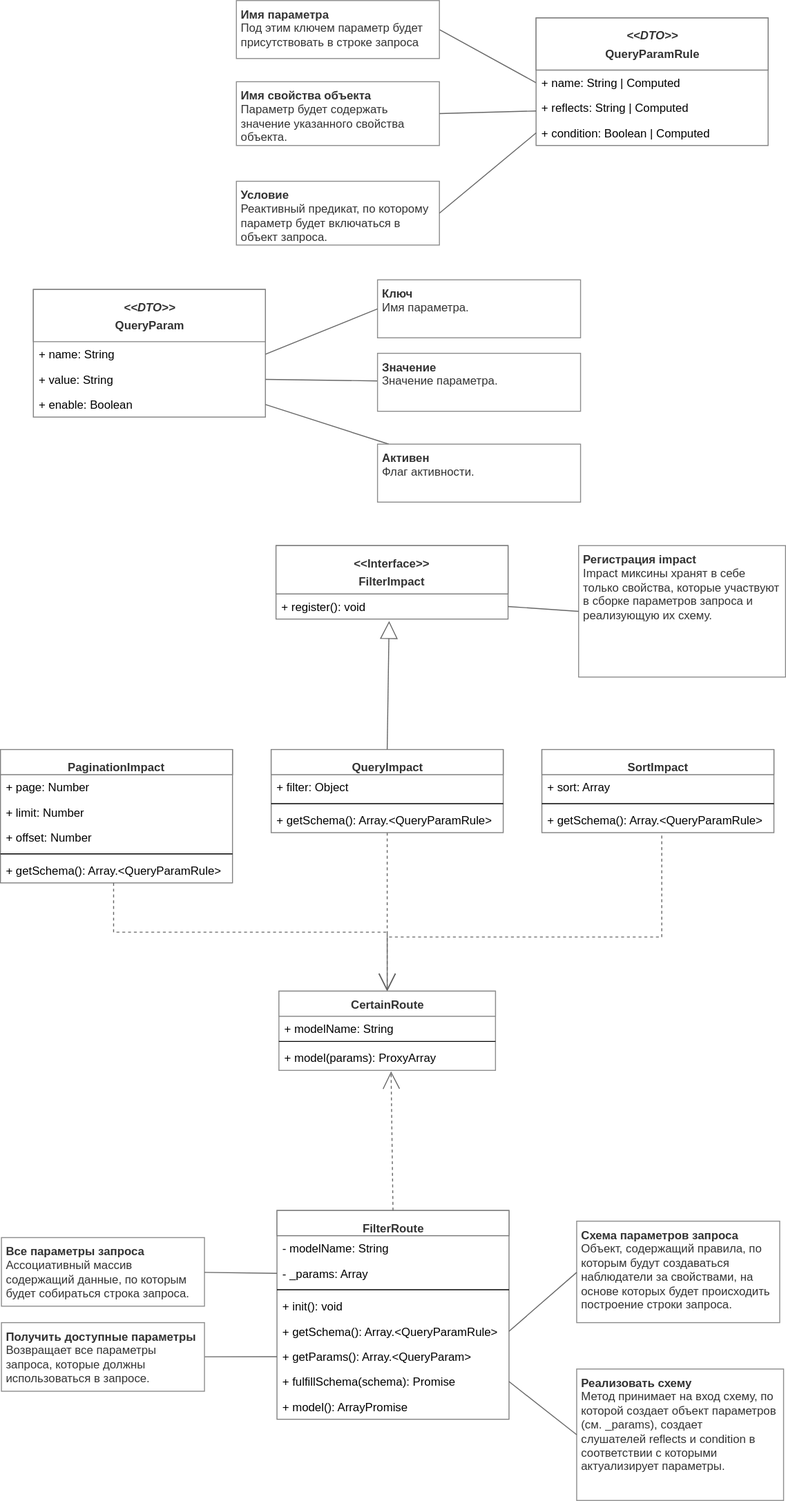
Before: filters.svg, a diagram exported from draw.io (ajile/draw-io). Source tidied: cells renumbered, new cells last; positions are measured from the earlier drawing's top-left corner, leaving out a move shared by most shapes.
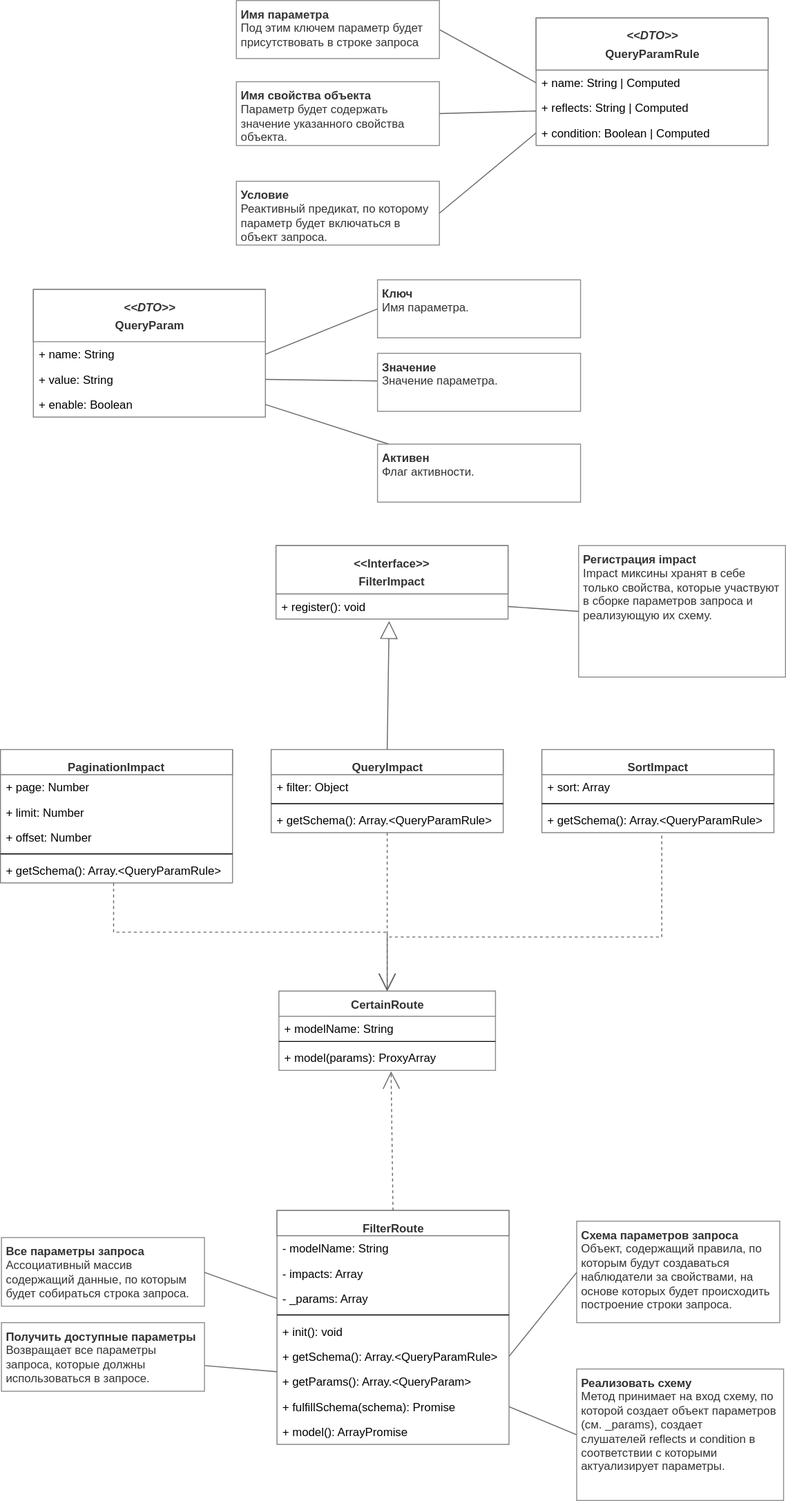
The same file after the commit.

Change to the diagram source:
```diff
@@ -3,31 +3,34 @@
     <mxCell id="0" />
     <mxCell id="1" parent="0" />
     <mxCell id="2" value="&lt;font style=&quot;font-size: 12px&quot; color=&quot;#333333&quot;&gt;FilterRoute&lt;/font&gt;" style="swimlane;fontStyle=1;align=center;verticalAlign=top;horizontal=1;startSize=26;swimlaneFillColor=#ffffff;strokeColor=#808080;fontSize=16;fontColor=#808080;html=1;" parent="1" vertex="1">
-      <mxGeometry x="286" y="1252" width="240" height="216" as="geometry" />
+      <mxGeometry x="286" y="1252" width="240" height="242" as="geometry" />
     </mxCell>
     <mxCell id="3" value="- modelName: String" style="text;strokeColor=none;fillColor=none;align=left;verticalAlign=top;spacingLeft=4;spacingRight=4;overflow=hidden;" parent="2" vertex="1">
       <mxGeometry y="26" width="240" height="26" as="geometry" />
     </mxCell>
+    <mxCell id="66" value="- impacts: Array" style="text;strokeColor=none;fillColor=none;align=left;verticalAlign=top;spacingLeft=4;spacingRight=4;overflow=hidden;" parent="2" vertex="1">
+      <mxGeometry y="52" width="240" height="26" as="geometry" />
+    </mxCell>
     <mxCell id="4" value="- _params: Array" style="text;strokeColor=none;fillColor=none;align=left;verticalAlign=top;spacingLeft=4;spacingRight=4;overflow=hidden;points=[[0,0.5],[1,0.5]];portConstraint=eastwest;" parent="2" vertex="1">
-      <mxGeometry y="52" width="240" height="26" as="geometry" />
+      <mxGeometry y="78" width="240" height="26" as="geometry" />
     </mxCell>
     <mxCell id="5" style="line;strokeWidth=1;fillColor=none;align=left;verticalAlign=middle;spacingTop=-1;spacingLeft=3;spacingRight=3;labelPosition=right;" parent="2" vertex="1">
-      <mxGeometry y="78" width="240" height="8" as="geometry" />
+      <mxGeometry y="104" width="240" height="8" as="geometry" />
     </mxCell>
     <mxCell id="6" value="+ init(): void" style="text;strokeColor=none;fillColor=none;align=left;verticalAlign=top;spacingLeft=4;spacingRight=4;overflow=hidden;" parent="2" vertex="1">
-      <mxGeometry y="86" width="240" height="26" as="geometry" />
+      <mxGeometry y="112" width="240" height="26" as="geometry" />
     </mxCell>
     <mxCell id="7" value="+ getSchema(): Array.&lt;QueryParamRule&gt;" style="text;strokeColor=none;fillColor=none;align=left;verticalAlign=top;spacingLeft=4;spacingRight=4;overflow=hidden;points=[[0,0.5],[1,0.5]];portConstraint=eastwest;" parent="2" vertex="1">
-      <mxGeometry y="112" width="240" height="26" as="geometry" />
+      <mxGeometry y="138" width="240" height="26" as="geometry" />
     </mxCell>
     <mxCell id="8" value="+ getParams(): Array.&lt;QueryParam&gt;" style="text;strokeColor=none;fillColor=none;align=left;verticalAlign=top;spacingLeft=4;spacingRight=4;overflow=hidden;points=[[0,0.5],[1,0.5]];portConstraint=eastwest;" parent="2" vertex="1">
-      <mxGeometry y="138" width="240" height="26" as="geometry" />
+      <mxGeometry y="164" width="240" height="26" as="geometry" />
     </mxCell>
     <mxCell id="9" value="+ fulfillSchema(schema): Promise" style="text;strokeColor=none;fillColor=none;align=left;verticalAlign=top;spacingLeft=4;spacingRight=4;overflow=hidden;points=[[0,0.5],[1,0.5]];portConstraint=eastwest;" parent="2" vertex="1">
-      <mxGeometry y="164" width="240" height="26" as="geometry" />
+      <mxGeometry y="190" width="240" height="26" as="geometry" />
     </mxCell>
     <mxCell id="10" value="+ model(): ArrayPromise" style="text;strokeColor=none;fillColor=none;align=left;verticalAlign=top;spacingLeft=4;spacingRight=4;overflow=hidden;" parent="2" vertex="1">
-      <mxGeometry y="190" width="240" height="26" as="geometry" />
+      <mxGeometry y="216" width="240" height="26" as="geometry" />
     </mxCell>
     <mxCell id="11" style="rounded=0;html=1;startSize=4;endArrow=none;endFill=0;endSize=16;jettySize=auto;strokeColor=#666666;strokeWidth=1;fontSize=12;fontColor=#333333;entryX=0;entryY=0.5;exitX=1;exitY=0.5;" parent="1" edge="1" source="16" target="13">
       <mxGeometry relative="1" as="geometry" />
```
